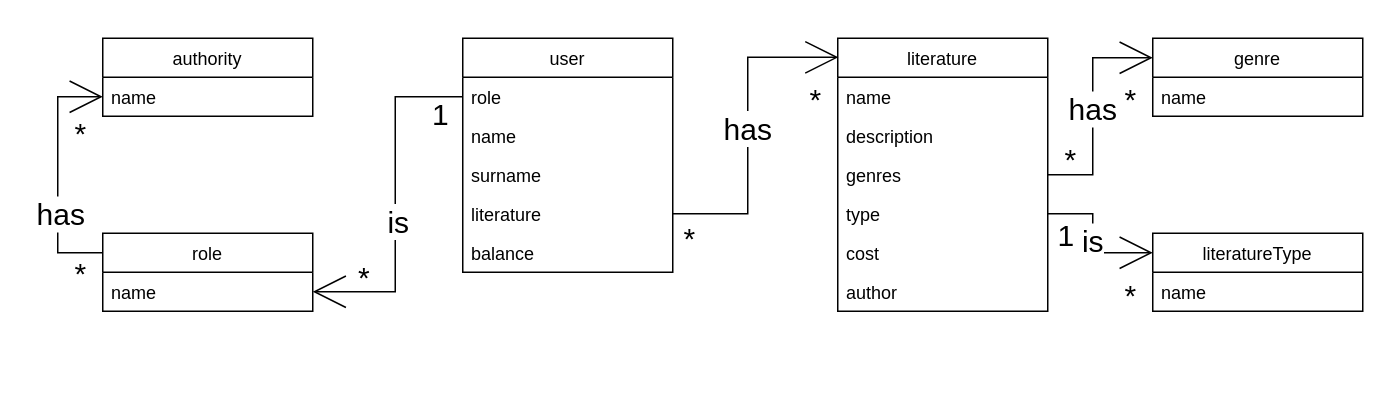
Before: 2-SoftwareDesign/2.1-UMLConceptClasses/UML-ConceptClasses.drawio in oleksandrblazhko/ai204-belobrov, a draw.io diagram. Source tidied: cells renumbered, new cells numbered last; positions are measured from the earlier drawing's top-left corner, leaving out a move shared by most shapes. Both pictures are drawn from the tidied source at 150%, with x=0, y=0 at pixel (57, 38).
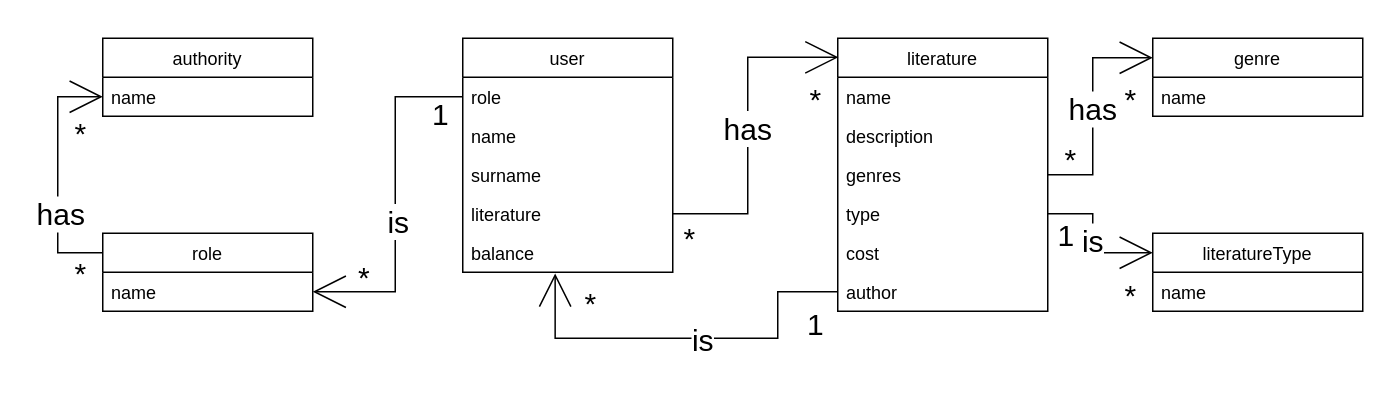
Above is the later version.

Commit message (it also covers changes not shown here):
diagrams hotfix

Unchanged cells that the change refers to:
```xml
<mxCell id="13" value="balance" style="text;strokeColor=none;fillColor=none;align=left;verticalAlign=top;spacingLeft=4;spacingRight=4;overflow=hidden;points=[[0,0.5],[1,0.5]];portConstraint=eastwest;" parent="8" vertex="1">
  <mxGeometry y="130" width="140" height="26" as="geometry" />
</mxCell>
<mxCell id="20" value="author" style="text;strokeColor=none;fillColor=none;align=left;verticalAlign=top;spacingLeft=4;spacingRight=4;overflow=hidden;points=[[0,0.5],[1,0.5]];portConstraint=eastwest;" parent="14" vertex="1">
  <mxGeometry y="156" width="140" height="26" as="geometry" />
</mxCell>
```

Change to the diagram source:
```diff
@@
+    <mxCell id="40" style="edgeStyle=orthogonalEdgeStyle;rounded=0;jettySize=auto;html=1;exitX=0;exitY=0.5;exitDx=0;exitDy=0;entryX=0.44;entryY=1.031;entryDx=0;entryDy=0;entryPerimeter=0;endArrow=open;endFill=0;endSize=20;" parent="1" edge="1" source="20" target="13">
+      <mxGeometry relative="1" as="geometry">
+        <Array as="points">
+          <mxPoint x="480" y="169" />
+          <mxPoint x="480" y="200" />
+          <mxPoint x="332" y="200" />
+        </Array>
+      </mxGeometry>
+    </mxCell>
+    <mxCell id="41" value="is" style="edgeLabel;html=1;align=center;verticalAlign=middle;fontSize=20;" parent="40" vertex="1">
+      <mxGeometry x="-0.07" relative="1" as="geometry" />
+    </mxCell>
+    <mxCell id="42" value="1" style="text;html=1;align=center;verticalAlign=middle;strokeColor=none;fillColor=none;fontSize=20;" parent="1" vertex="1">
+      <mxGeometry x="490" y="170" width="30" height="40" as="geometry" />
+    </mxCell>
+    <mxCell id="43" value="*" style="text;html=1;align=center;verticalAlign=middle;strokeColor=none;fillColor=none;fontSize=20;" parent="1" vertex="1">
+      <mxGeometry x="340" y="156" width="30" height="40" as="geometry" />
+    </mxCell>
```
